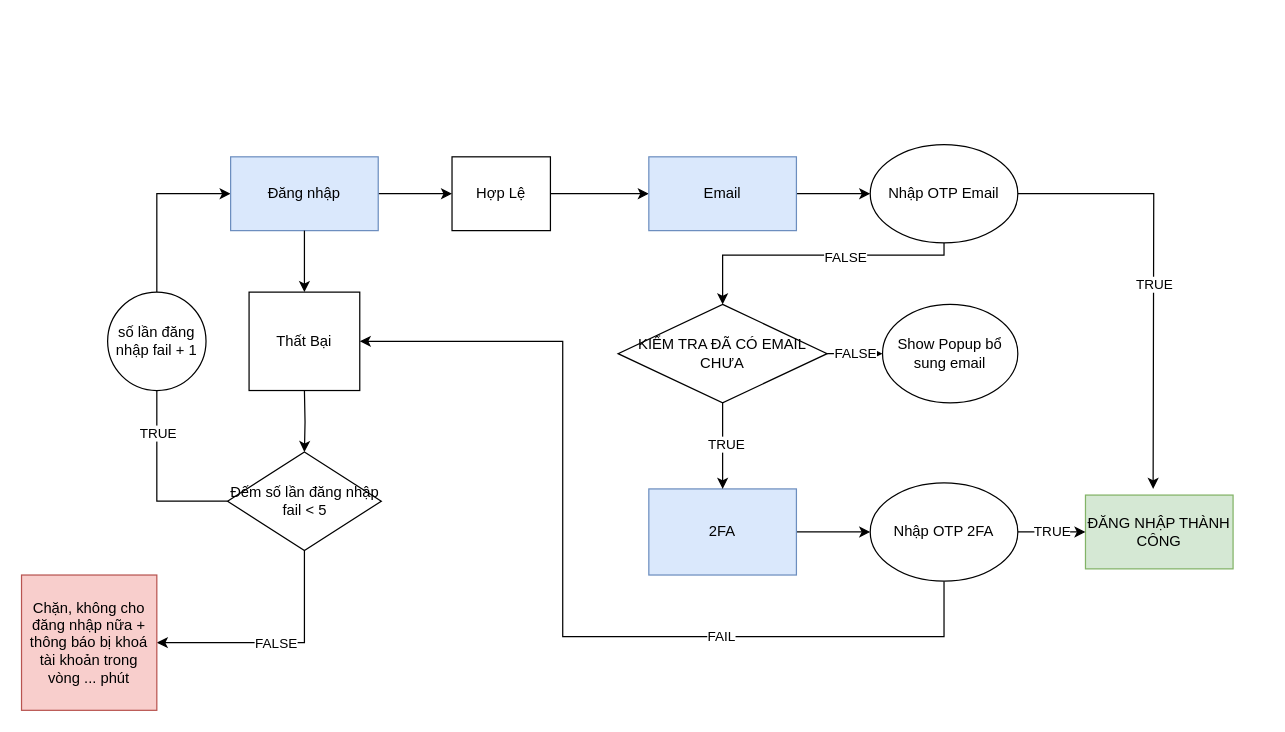
tamdt5/mindmap keeps this draw.io diagram as Untitled Diagram.drawio. Above is the earlier version. Source tidied: cells renumbered, new cells numbered last; positions are measured from the earlier drawing's top-left corner, leaving out a move shared by most shapes. Both pictures are drawn from the tidied source at 123%, with x=0, y=0 at pixel (21, 144).
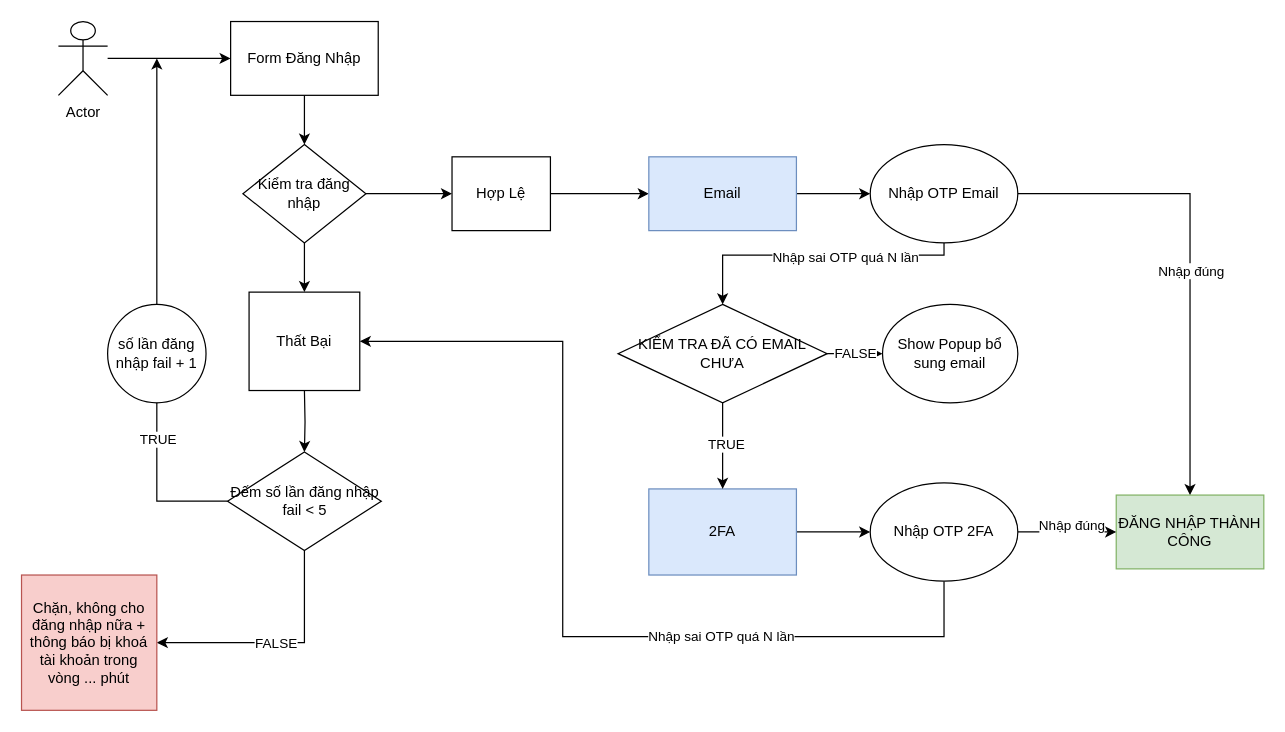
The same page after the edit.

The change refers to these unchanged cells:
```xml
<mxCell id="25" style="edgeStyle=orthogonalEdgeStyle;rounded=0;jettySize=auto;html=1;entryX=0.5;entryY=0;entryDx=0;entryDy=0;" parent="1" edge="1" source="27" target="20">
  <mxGeometry relative="1" as="geometry">
    <Array as="points">
      <mxPoint x="750" y="90" />
      <mxPoint x="570" y="90" />
    </Array>
  </mxGeometry>
</mxCell>
<mxCell id="27" value="Nhập OTP Email" style="ellipse;whiteSpace=wrap;html=1;" parent="1" vertex="1">
  <mxGeometry x="690" width="120" height="80" as="geometry" />
</mxCell>
<mxCell id="29" style="edgeStyle=orthogonalEdgeStyle;rounded=0;jettySize=auto;html=1;entryX=1;entryY=0.5;entryDx=0;entryDy=0;" parent="1" edge="1" source="31" target="32">
  <mxGeometry relative="1" as="geometry">
    <Array as="points">
      <mxPoint x="750" y="400" />
      <mxPoint x="440" y="400" />
      <mxPoint x="440" y="160" />
    </Array>
  </mxGeometry>
</mxCell>
<mxCell id="31" value="Nhập OTP 2FA" style="ellipse;whiteSpace=wrap;html=1;" parent="1" vertex="1">
  <mxGeometry x="690" y="275" width="120" height="80" as="geometry" />
</mxCell>
```

What changed in the source:
```diff
@@
-    <mxCell id="4" style="edgeStyle=orthogonalEdgeStyle;rounded=0;jettySize=auto;html=1;entryX=0;entryY=0.5;entryDx=0;entryDy=0;" parent="1" edge="1" source="35" target="7">
-      <mxGeometry relative="1" as="geometry">
-        <Array as="points">
-          <mxPoint x="110" y="40" />
-        </Array>
-      </mxGeometry>
-    </mxCell>
@@
-    <mxCell id="6" style="edgeStyle=orthogonalEdgeStyle;rounded=0;jettySize=auto;html=1;entryX=0;entryY=0.5;entryDx=0;entryDy=0;" parent="1" edge="1" source="7">
+    <mxCell id="6" style="edgeStyle=orthogonalEdgeStyle;rounded=0;jettySize=auto;html=1;entryX=0;entryY=0.5;entryDx=0;entryDy=0;exitX=1;exitY=0.5;exitDx=0;exitDy=0;" parent="1" edge="1" source="38">
       <mxGeometry relative="1" as="geometry">
         <mxPoint x="350" y="40" as="targetPoint" />
       </mxGeometry>
     </mxCell>
-    <mxCell id="7" value="Đăng nhập" style="rounded=1;whiteSpace=wrap;html=1;arcSize=0;fillColor=#dae8fc;strokeColor=#6c8ebf;" parent="1" vertex="1">
-      <mxGeometry x="170" y="10" width="120" height="60" as="geometry" />
-    </mxCell>
-    <mxCell id="8" style="edgeStyle=orthogonalEdgeStyle;rounded=0;jettySize=auto;html=1;" parent="1" edge="1" source="7">
+    <mxCell id="8" style="edgeStyle=orthogonalEdgeStyle;rounded=0;orthogonalLoop=1;jettySize=auto;html=1;" parent="1" edge="1">
       <mxGeometry relative="1" as="geometry">
+        <mxPoint x="230" y="70" as="sourcePoint" />
         <mxPoint x="230" y="120" as="targetPoint" />
       </mxGeometry>
     </mxCell>
@@
     <mxCell id="21" value="ĐĂNG NHẬP THÀNH CÔNG" style="rounded=0;whiteSpace=wrap;html=1;fillColor=#d5e8d4;strokeColor=#82b366;" parent="1" vertex="1">
-      <mxGeometry x="865" y="285" width="120" height="60" as="geometry" />
+      <mxGeometry x="890" y="285" width="120" height="60" as="geometry" />
     </mxCell>
@@
-    <mxCell id="23" style="edgeStyle=orthogonalEdgeStyle;rounded=0;jettySize=auto;html=1;" parent="1" edge="1" source="27">
+    <mxCell id="23" style="edgeStyle=orthogonalEdgeStyle;rounded=0;jettySize=auto;html=1;entryX=0.5;entryY=0;entryDx=0;entryDy=0;" parent="1" edge="1" source="27" target="21">
       <mxGeometry relative="1" as="geometry">
-        <mxPoint x="920" y="280" as="targetPoint" />
+        <Array as="points">
+          <mxPoint x="950" y="40" />
+        </Array>
       </mxGeometry>
     </mxCell>
-    <mxCell id="24" value="TRUE" style="edgeLabel;html=1;align=center;verticalAlign=middle;" parent="23" vertex="1">
+    <mxCell id="24" value="Nhập đúng" style="edgeLabel;html=1;align=center;verticalAlign=middle;" parent="23" vertex="1">
       <mxGeometry x="0.05" relative="1" as="geometry" />
     </mxCell>
@@
-    <mxCell id="26" value="FALSE" style="edgeLabel;html=1;align=center;verticalAlign=middle;" parent="25" vertex="1">
+    <mxCell id="26" value="Nhập sai OTP quá N lần" style="edgeLabel;html=1;align=center;verticalAlign=middle;" parent="25" vertex="1">
       <mxGeometry x="-0.2" y="1" relative="1" as="geometry">
         <mxPoint x="1" as="offset" />
       </mxGeometry>
     </mxCell>
@@
-    <mxCell id="28" value="TRUE" style="edgeStyle=orthogonalEdgeStyle;rounded=0;jettySize=auto;html=1;entryX=0;entryY=0.5;entryDx=0;entryDy=0;" parent="1" edge="1" source="31" target="21">
-      <mxGeometry relative="1" as="geometry" />
+    <mxCell id="28" value="Nhập đúng" style="edgeStyle=orthogonalEdgeStyle;rounded=0;jettySize=auto;html=1;entryX=0;entryY=0.5;entryDx=0;entryDy=0;" parent="1" edge="1" source="31" target="21">
+      <mxGeometry x="0.09" y="5" relative="1" as="geometry" />
     </mxCell>
@@
-    <mxCell id="30" value="FAIL" style="edgeLabel;html=1;align=center;verticalAlign=middle;" parent="29" vertex="1">
+    <mxCell id="30" value="Nhập sai OTP quá N lần" style="edgeLabel;html=1;align=center;verticalAlign=middle;" parent="29" vertex="1">
       <mxGeometry x="-0.4" y="-1" relative="1" as="geometry">
         <mxPoint x="1" as="offset" />
       </mxGeometry>
     </mxCell>
@@
+    <mxCell id="37" style="edgeStyle=orthogonalEdgeStyle;rounded=0;jettySize=auto;html=1;" parent="1" edge="1" source="35">
+      <mxGeometry relative="1" as="geometry">
+        <mxPoint x="110" y="-70" as="targetPoint" />
+      </mxGeometry>
+    </mxCell>
     <mxCell id="35" value="số lần đăng nhập fail + 1" style="ellipse;whiteSpace=wrap;html=1;" parent="1" vertex="1">
-      <mxGeometry x="70" y="120" width="80" height="80" as="geometry" />
+      <mxGeometry x="70" y="130" width="80" height="80" as="geometry" />
     </mxCell>
@@
+    <mxCell id="38" value="Kiểm tra đăng nhập" style="rhombus;whiteSpace=wrap;html=1;" parent="1" vertex="1">
+      <mxGeometry x="180" width="100" height="80" as="geometry" />
+    </mxCell>
+    <mxCell id="39" style="edgeStyle=orthogonalEdgeStyle;rounded=0;jettySize=auto;html=1;entryX=0.5;entryY=0;entryDx=0;entryDy=0;" parent="1" edge="1" source="40" target="38">
+      <mxGeometry relative="1" as="geometry" />
+    </mxCell>
+    <mxCell id="40" value="Form Đăng Nhập" style="rounded=0;whiteSpace=wrap;html=1;" parent="1" vertex="1">
+      <mxGeometry x="170" y="-100" width="120" height="60" as="geometry" />
+    </mxCell>
+    <mxCell id="41" style="edgeStyle=orthogonalEdgeStyle;rounded=0;jettySize=auto;html=1;entryX=0;entryY=0.5;entryDx=0;entryDy=0;" parent="1" edge="1" source="42" target="40">
+      <mxGeometry relative="1" as="geometry" />
+    </mxCell>
+    <mxCell id="42" value="Actor" style="shape=umlActor;verticalLabelPosition=bottom;verticalAlign=top;html=1;outlineConnect=0;" parent="1" vertex="1">
+      <mxGeometry x="30" y="-100" width="40" height="60" as="geometry" />
+    </mxCell>
```
